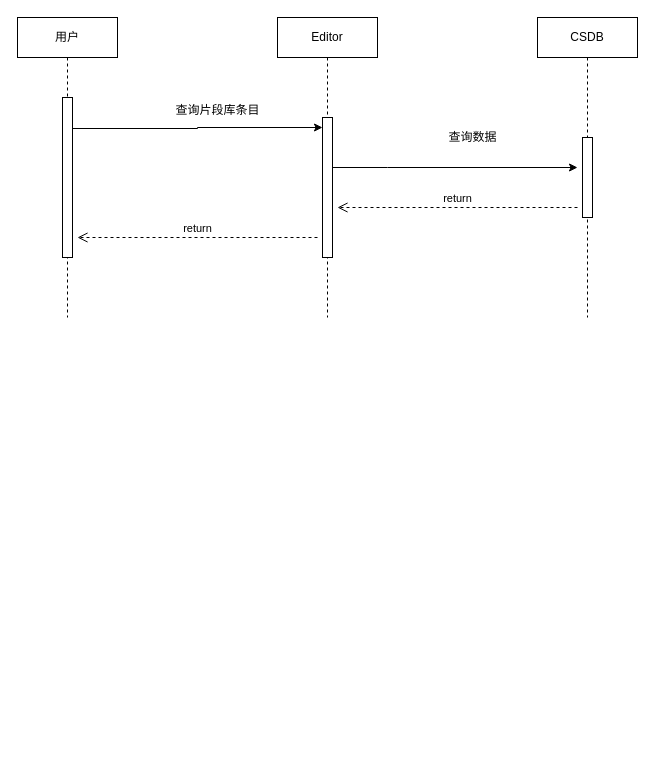
Earlier version of the draw.io diagram 体系文件协同编辑和管理工具/未命名绘图.drawio (DemonHan/KuickBuy). Source tidied: cells renumbered, new cells numbered last; positions are measured from the earlier drawing's top-left corner, leaving out a move shared by most shapes. Both pictures are drawn from the tidied source at 100%, with x=0, y=0 at pixel (17, 17).
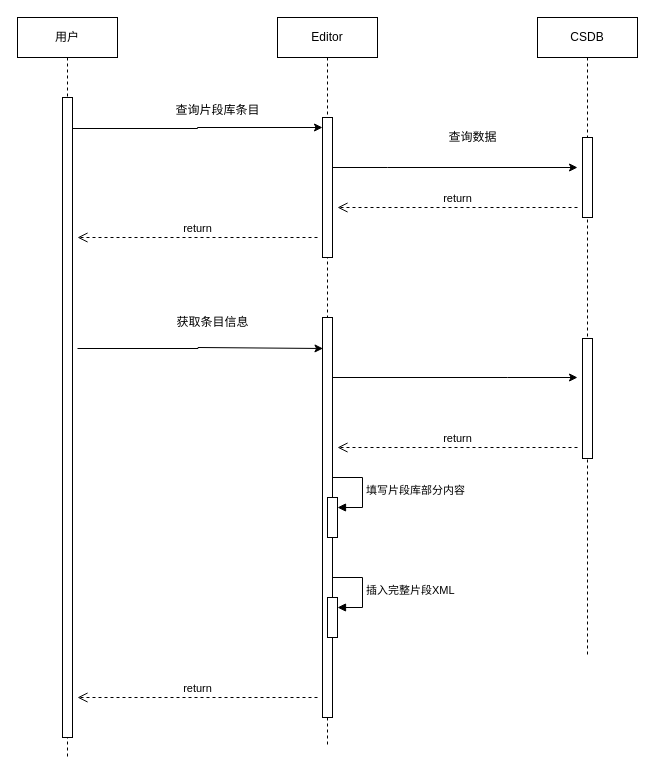
Above is the later version.

Commit message (it also covers changes not shown here):
更新未命名绘图.drawio

What changed in the source:
```diff
@@
     <mxCell id="3" value="Editor" style="shape=umlLifeline;perimeter=lifelinePerimeter;whiteSpace=wrap;html=1;newEdgeStyle={&quot;curved&quot;:0,&quot;rounded&quot;:0};" parent="1" vertex="1">
-      <mxGeometry x="260" width="100" height="300" as="geometry" />
+      <mxGeometry x="260" width="100" height="730" as="geometry" />
     </mxCell>
@@
+    <mxCell id="14" style="html=1;points=[[0,0,0,0,5],[0,1,0,0,-5],[1,0,0,0,5],[1,1,0,0,-5]];perimeter=orthogonalPerimeter;outlineConnect=0;targetShapes=umlLifeline;portConstraint=eastwest;newEdgeStyle={&quot;curved&quot;:0,&quot;rounded&quot;:0};" parent="3" vertex="1">
+      <mxGeometry x="45" y="300" width="10" height="400" as="geometry" />
+    </mxCell>
+    <mxCell id="15" style="html=1;points=[[0,0,0,0,5],[0,1,0,0,-5],[1,0,0,0,5],[1,1,0,0,-5]];perimeter=orthogonalPerimeter;outlineConnect=0;targetShapes=umlLifeline;portConstraint=eastwest;newEdgeStyle={&quot;curved&quot;:0,&quot;rounded&quot;:0};" parent="3" vertex="1">
+      <mxGeometry x="50" y="480" width="10" height="40" as="geometry" />
+    </mxCell>
+    <mxCell id="16" value="填写片段库部分内容" style="html=1;align=left;spacingLeft=2;endArrow=block;rounded=0;edgeStyle=orthogonalEdgeStyle;curved=0;rounded=0;" parent="3" edge="1" target="15">
+      <mxGeometry relative="1" as="geometry">
+        <mxPoint x="55" y="460" as="sourcePoint" />
+        <Array as="points">
+          <mxPoint x="85" y="490" />
+        </Array>
+      </mxGeometry>
+    </mxCell>
+    <mxCell id="17" style="html=1;points=[[0,0,0,0,5],[0,1,0,0,-5],[1,0,0,0,5],[1,1,0,0,-5]];perimeter=orthogonalPerimeter;outlineConnect=0;targetShapes=umlLifeline;portConstraint=eastwest;newEdgeStyle={&quot;curved&quot;:0,&quot;rounded&quot;:0};" parent="3" vertex="1">
+      <mxGeometry x="50" y="580" width="10" height="40" as="geometry" />
+    </mxCell>
+    <mxCell id="18" value="插入完整片段XML" style="html=1;align=left;spacingLeft=2;endArrow=block;rounded=0;edgeStyle=orthogonalEdgeStyle;curved=0;rounded=0;" parent="3" edge="1" target="17">
+      <mxGeometry relative="1" as="geometry">
+        <mxPoint x="55" y="560" as="sourcePoint" />
+        <Array as="points">
+          <mxPoint x="85" y="590" />
+        </Array>
+      </mxGeometry>
+    </mxCell>
     <mxCell id="5" value="CSDB" style="shape=umlLifeline;perimeter=lifelinePerimeter;whiteSpace=wrap;html=1;newEdgeStyle={&quot;curved&quot;:0,&quot;rounded&quot;:0};" parent="1" vertex="1">
-      <mxGeometry x="520" width="100" height="300" as="geometry" />
+      <mxGeometry x="520" width="100" height="640" as="geometry" />
     </mxCell>
@@
+    <mxCell id="19" style="html=1;perimeter=orthogonalPerimeter;targetShapes=umlLifeline;newEdgeStyle={&quot;curved&quot;:0,&quot;rounded&quot;:0};" parent="5" vertex="1">
+      <mxGeometry x="45" y="321" width="10" height="120" as="geometry" />
+    </mxCell>
@@
     <mxCell id="12" value="用户" style="shape=umlLifeline;perimeter=lifelinePerimeter;whiteSpace=wrap;html=1;newEdgeStyle={&quot;curved&quot;:0,&quot;rounded&quot;:0};" parent="1" vertex="1">
-      <mxGeometry width="100" height="300" as="geometry" />
+      <mxGeometry width="100" height="740" as="geometry" />
     </mxCell>
     <mxCell id="13" style="html=1;perimeter=orthogonalPerimeter;targetShapes=umlLifeline;newEdgeStyle={&quot;curved&quot;:0,&quot;rounded&quot;:0};" parent="12" vertex="1">
-      <mxGeometry x="45" y="80" width="10" height="160" as="geometry" />
+      <mxGeometry x="45" y="80" width="10" height="640" as="geometry" />
     </mxCell>
+    <mxCell id="20" style="edgeStyle=orthogonalEdgeStyle;rounded=0;orthogonalLoop=1;jettySize=auto;html=1;" parent="1" edge="1">
+      <mxGeometry relative="1" as="geometry">
+        <mxPoint x="60" y="331" as="sourcePoint" />
+        <mxPoint x="305.5" y="331" as="targetPoint" />
+        <Array as="points">
+          <mxPoint x="180.5" y="331" />
+          <mxPoint x="180.5" y="330" />
+        </Array>
+      </mxGeometry>
+    </mxCell>
+    <mxCell id="21" value="获取条目信息" style="text;html=1;align=center;verticalAlign=middle;strokeColor=none;fillColor=none;" parent="1" vertex="1">
+      <mxGeometry x="145" y="290" width="100" height="30" as="geometry" />
+    </mxCell>
+    <mxCell id="22" style="edgeStyle=orthogonalEdgeStyle;rounded=0;jettySize=auto;html=1;curved=0;" parent="1" edge="1" source="14">
+      <mxGeometry relative="1" as="geometry">
+        <mxPoint x="560" y="360" as="targetPoint" />
+        <Array as="points">
+          <mxPoint x="490" y="360" />
+          <mxPoint x="490" y="360" />
+        </Array>
+      </mxGeometry>
+    </mxCell>
+    <mxCell id="23" value="return" style="html=1;verticalAlign=bottom;endArrow=open;dashed=1;endSize=8;curved=0;rounded=0;" parent="1" edge="1">
+      <mxGeometry relative="1" as="geometry">
+        <mxPoint x="560" y="430" as="sourcePoint" />
+        <mxPoint x="320" y="430" as="targetPoint" />
+      </mxGeometry>
+    </mxCell>
+    <mxCell id="24" value="return" style="html=1;verticalAlign=bottom;endArrow=open;dashed=1;endSize=8;curved=0;rounded=0;" parent="1" edge="1">
+      <mxGeometry relative="1" as="geometry">
+        <mxPoint x="300" y="680" as="sourcePoint" />
+        <mxPoint x="60" y="680" as="targetPoint" />
+      </mxGeometry>
+    </mxCell>
```
